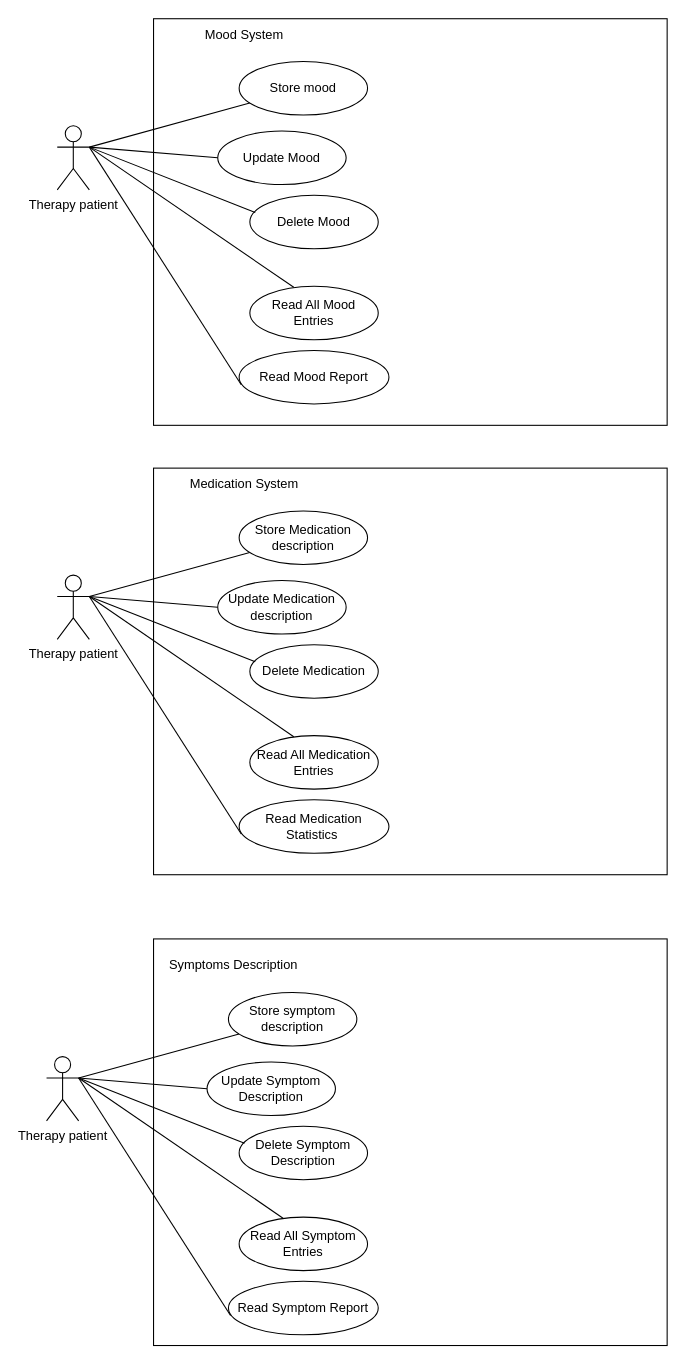
The draw.io diagram page "UseCaseV1" (2 of 11) of cs4471_group_project.drawio in Jon-AL/4471---Therapy-Support-App, before the edit. Source tidied: cells renumbered, new cells numbered last; positions are measured from the earlier drawing's top-left corner, leaving out a move shared by most shapes. Both pictures are drawn from the tidied source at 107%, with x=0, y=0 at pixel (46, 18).
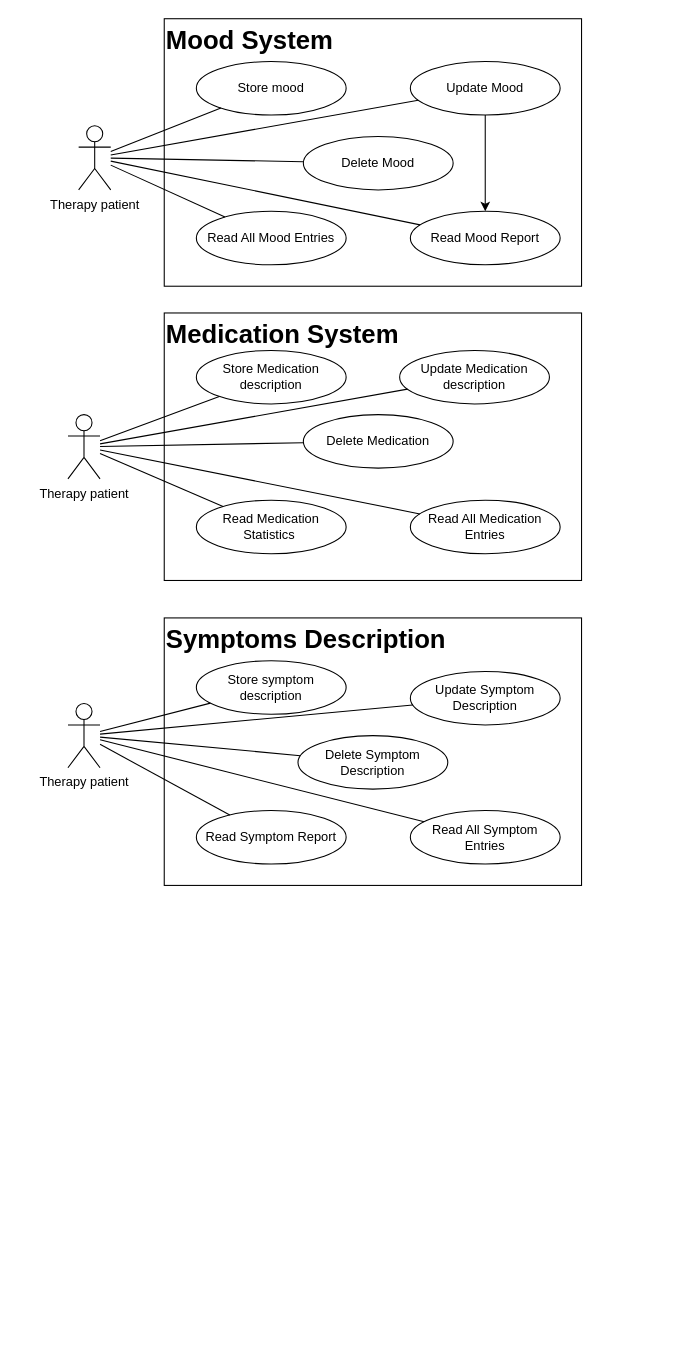
Above is the later version.

What changed in the source:
```diff
@@
+    <mxCell id="31" value="&lt;span style=&quot;font-weight: 700 ; font-size: 24px ; font-family: &amp;#34;helvetica&amp;#34;&quot;&gt;Symptoms Description&lt;/span&gt;" style="rounded=0;whiteSpace=wrap;html=1;verticalAlign=top;align=left;labelPosition=center;verticalLabelPosition=middle;fillColor=none;" parent="1" vertex="1">
+      <mxGeometry x="110" y="560" width="390" height="250" as="geometry" />
+    </mxCell>
+    <mxCell id="18" value="&lt;span style=&quot;font-family: &amp;#34;helvetica&amp;#34; ; font-size: 24px ; font-weight: 700&quot;&gt;Medication System&lt;/span&gt;" style="rounded=0;whiteSpace=wrap;html=1;verticalAlign=top;align=left;labelPosition=center;verticalLabelPosition=middle;fillColor=none;" parent="1" vertex="1">
+      <mxGeometry x="110" y="275" width="390" height="250" as="geometry" />
+    </mxCell>
     <mxCell id="2" value="Therapy patient" style="shape=umlActor;verticalLabelPosition=bottom;verticalAlign=top;html=1;outlineConnect=0;" parent="1" vertex="1">
-      <mxGeometry x="10" y="100" width="30" height="60" as="geometry" />
+      <mxGeometry x="30" y="100" width="30" height="60" as="geometry" />
     </mxCell>
-    <mxCell id="3" style="rounded=0;whiteSpace=wrap;html=1;" parent="1" vertex="1">
-      <mxGeometry x="100" width="480" height="380" as="geometry" />
+    <mxCell id="3" value="&lt;span style=&quot;font-family: &amp;quot;helvetica&amp;quot; ; font-size: 24px ; font-weight: 700&quot;&gt;Mood System&lt;br&gt;&lt;/span&gt;" style="rounded=0;whiteSpace=wrap;html=1;verticalAlign=top;align=left;labelPosition=center;verticalLabelPosition=middle;" parent="1" vertex="1">
+      <mxGeometry x="110" width="390" height="250" as="geometry" />
     </mxCell>
     <mxCell id="4" value="Store mood" style="ellipse;whiteSpace=wrap;html=1;" parent="1" vertex="1">
-      <mxGeometry x="180" y="40" width="120" height="50" as="geometry" />
+      <mxGeometry x="140" y="40" width="140" height="50" as="geometry" />
     </mxCell>
-    <mxCell id="5" value="Mood System" style="text;html=1;strokeColor=none;fillColor=none;align=center;verticalAlign=middle;whiteSpace=wrap;rounded=0;" parent="1" vertex="1">
-      <mxGeometry x="110" width="150" height="30" as="geometry" />
-    </mxCell>
     <mxCell id="6" value="Delete Mood" style="ellipse;whiteSpace=wrap;html=1;" parent="1" vertex="1">
-      <mxGeometry x="190" y="165" width="120" height="50" as="geometry" />
+      <mxGeometry x="240" y="110" width="140" height="50" as="geometry" />
     </mxCell>
+    <mxCell id="41" style="edgeStyle=orthogonalEdgeStyle;rounded=0;jettySize=auto;html=1;" parent="1" edge="1" source="7" target="13">
+      <mxGeometry relative="1" as="geometry" />
+    </mxCell>
     <mxCell id="7" value="Update Mood" style="ellipse;whiteSpace=wrap;html=1;" parent="1" vertex="1">
-      <mxGeometry x="160" y="105" width="120" height="50" as="geometry" />
+      <mxGeometry x="340" y="40" width="140" height="50" as="geometry" />
     </mxCell>
     <mxCell id="8" value="&lt;div&gt;Read All Mood Entries&lt;br&gt;&lt;/div&gt;" style="ellipse;whiteSpace=wrap;html=1;" parent="1" vertex="1">
-      <mxGeometry x="190" y="250" width="120" height="50" as="geometry" />
+      <mxGeometry x="140" y="180" width="140" height="50" as="geometry" />
     </mxCell>
-    <mxCell id="9" style="endArrow=none;html=1;rounded=0;exitX=1;exitY=0.3333333333333333;exitDx=0;exitDy=0;exitPerimeter=0;" parent="1" edge="1" source="2" target="4">
+    <mxCell id="9" style="endArrow=none;html=1;rounded=0;" parent="1" edge="1" source="2" target="4">
       <mxGeometry relative="1" as="geometry" />
     </mxCell>
-    <mxCell id="10" style="endArrow=none;html=1;rounded=0;entryX=0;entryY=0.5;entryDx=0;entryDy=0;" parent="1" edge="1" target="7">
-      <mxGeometry relative="1" as="geometry">
-        <mxPoint x="40" y="120" as="sourcePoint" />
-      </mxGeometry>
+    <mxCell id="10" style="endArrow=none;html=1;rounded=0;" parent="1" edge="1" source="2" target="7">
+      <mxGeometry relative="1" as="geometry" />
     </mxCell>
-    <mxCell id="11" style="endArrow=none;html=1;rounded=0;entryX=0.042;entryY=0.32;entryDx=0;entryDy=0;entryPerimeter=0;" parent="1" edge="1" target="6">
-      <mxGeometry relative="1" as="geometry">
-        <mxPoint x="40" y="120" as="sourcePoint" />
-      </mxGeometry>
+    <mxCell id="11" style="endArrow=none;html=1;rounded=0;" parent="1" edge="1" source="2" target="6">
+      <mxGeometry relative="1" as="geometry" />
     </mxCell>
-    <mxCell id="12" style="endArrow=none;html=1;rounded=0;entryX=0.342;entryY=0.02;entryDx=0;entryDy=0;entryPerimeter=0;" parent="1" edge="1" target="8">
-      <mxGeometry relative="1" as="geometry">
-        <mxPoint x="40" y="120" as="sourcePoint" />
-      </mxGeometry>
+    <mxCell id="12" style="endArrow=none;html=1;rounded=0;" parent="1" edge="1" source="2" target="8">
+      <mxGeometry relative="1" as="geometry" />
     </mxCell>
     <mxCell id="13" value="Read Mood Report" style="ellipse;whiteSpace=wrap;html=1;" parent="1" vertex="1">
-      <mxGeometry x="180" y="310" width="140" height="50" as="geometry" />
+      <mxGeometry x="340" y="180" width="140" height="50" as="geometry" />
     </mxCell>
-    <mxCell id="14" style="endArrow=none;html=1;rounded=0;exitX=0.014;exitY=0.64;exitDx=0;exitDy=0;exitPerimeter=0;" parent="1" edge="1" source="13">
-      <mxGeometry relative="1" as="geometry">
-        <mxPoint x="40" y="120" as="targetPoint" />
-      </mxGeometry>
+    <mxCell id="14" style="endArrow=none;html=1;rounded=0;" parent="1" edge="1" source="13" target="2">
+      <mxGeometry relative="1" as="geometry" />
     </mxCell>
-    <mxCell id="15" value="Therapy patient" style="shape=umlActor;verticalLabelPosition=bottom;verticalAlign=top;html=1;outlineConnect=0;" parent="1" vertex="1">
-      <mxGeometry x="10" y="520" width="30" height="60" as="geometry" />
+    <mxCell id="15" value="Therapy patient" style="shape=umlActor;verticalLabelPosition=bottom;verticalAlign=top;html=1;outlineConnect=0;fillColor=none;" parent="1" vertex="1">
+      <mxGeometry x="20" y="370" width="30" height="60" as="geometry" />
     </mxCell>
-    <mxCell id="16" style="rounded=0;whiteSpace=wrap;html=1;" parent="1" vertex="1">
-      <mxGeometry x="100" y="420" width="480" height="380" as="geometry" />
-    </mxCell>
-    <mxCell id="17" value="Store Medication&lt;br&gt;description" style="ellipse;whiteSpace=wrap;html=1;" parent="1" vertex="1">
-      <mxGeometry x="180" y="460" width="120" height="50" as="geometry" />
+    <mxCell id="17" value="Store Medication&lt;br&gt;description" style="ellipse;whiteSpace=wrap;html=1;fillColor=none;" parent="1" vertex="1">
+      <mxGeometry x="140" y="310" width="140" height="50" as="geometry" />
     </mxCell>
-    <mxCell id="18" value="Medication System" style="text;html=1;strokeColor=none;fillColor=none;align=center;verticalAlign=middle;whiteSpace=wrap;rounded=0;" parent="1" vertex="1">
-      <mxGeometry x="110" y="420" width="150" height="30" as="geometry" />
-    </mxCell>
-    <mxCell id="19" value="Delete Medication" style="ellipse;whiteSpace=wrap;html=1;" parent="1" vertex="1">
-      <mxGeometry x="190" y="585" width="120" height="50" as="geometry" />
+    <mxCell id="19" value="Delete Medication" style="ellipse;whiteSpace=wrap;html=1;fillColor=none;" parent="1" vertex="1">
+      <mxGeometry x="240" y="370" width="140" height="50" as="geometry" />
     </mxCell>
-    <mxCell id="20" value="Update Medication&lt;br&gt;description" style="ellipse;whiteSpace=wrap;html=1;" parent="1" vertex="1">
-      <mxGeometry x="160" y="525" width="120" height="50" as="geometry" />
+    <mxCell id="20" value="Update Medication&lt;br&gt;description" style="ellipse;whiteSpace=wrap;html=1;fillColor=none;" parent="1" vertex="1">
+      <mxGeometry x="330" y="310" width="140" height="50" as="geometry" />
     </mxCell>
-    <mxCell id="21" value="&lt;div&gt;Read All Medication Entries&lt;br&gt;&lt;/div&gt;" style="ellipse;whiteSpace=wrap;html=1;" parent="1" vertex="1">
-      <mxGeometry x="190" y="670" width="120" height="50" as="geometry" />
+    <mxCell id="21" value="&lt;div&gt;Read All Medication Entries&lt;br&gt;&lt;/div&gt;" style="ellipse;whiteSpace=wrap;html=1;fillColor=none;" parent="1" vertex="1">
+      <mxGeometry x="340" y="450" width="140" height="50" as="geometry" />
     </mxCell>
-    <mxCell id="22" style="endArrow=none;html=1;rounded=0;exitX=1;exitY=0.3333333333333333;exitDx=0;exitDy=0;exitPerimeter=0;" parent="1" edge="1" source="15" target="17">
+    <mxCell id="22" style="endArrow=none;html=1;rounded=0;fillColor=none;" parent="1" edge="1" source="15" target="17">
       <mxGeometry relative="1" as="geometry" />
     </mxCell>
-    <mxCell id="23" style="endArrow=none;html=1;rounded=0;entryX=0;entryY=0.5;entryDx=0;entryDy=0;" parent="1" edge="1" target="20">
-      <mxGeometry relative="1" as="geometry">
-        <mxPoint x="40" y="540" as="sourcePoint" />
-      </mxGeometry>
+    <mxCell id="23" style="endArrow=none;html=1;rounded=0;fillColor=none;" parent="1" edge="1" source="15" target="20">
+      <mxGeometry relative="1" as="geometry" />
     </mxCell>
-    <mxCell id="24" style="endArrow=none;html=1;rounded=0;entryX=0.042;entryY=0.32;entryDx=0;entryDy=0;entryPerimeter=0;" parent="1" edge="1" target="19">
-      <mxGeometry relative="1" as="geometry">
-        <mxPoint x="40" y="540" as="sourcePoint" />
-      </mxGeometry>
+    <mxCell id="24" style="endArrow=none;html=1;rounded=0;fillColor=none;" parent="1" edge="1" source="15" target="19">
+      <mxGeometry relative="1" as="geometry" />
     </mxCell>
-    <mxCell id="25" style="endArrow=none;html=1;rounded=0;entryX=0.342;entryY=0.02;entryDx=0;entryDy=0;entryPerimeter=0;" parent="1" edge="1" target="21">
-      <mxGeometry relative="1" as="geometry">
-        <mxPoint x="40" y="540" as="sourcePoint" />
-      </mxGeometry>
+    <mxCell id="25" style="endArrow=none;html=1;rounded=0;fillColor=none;" parent="1" edge="1" source="15" target="21">
+      <mxGeometry relative="1" as="geometry" />
     </mxCell>
-    <mxCell id="26" value="Read Medication Statistics&amp;nbsp;" style="ellipse;whiteSpace=wrap;html=1;" parent="1" vertex="1">
-      <mxGeometry x="180" y="730" width="140" height="50" as="geometry" />
+    <mxCell id="26" value="Read Medication Statistics&amp;nbsp;" style="ellipse;whiteSpace=wrap;html=1;fillColor=none;" parent="1" vertex="1">
+      <mxGeometry x="140" y="450" width="140" height="50" as="geometry" />
     </mxCell>
-    <mxCell id="27" style="endArrow=none;html=1;rounded=0;exitX=0.014;exitY=0.64;exitDx=0;exitDy=0;exitPerimeter=0;" parent="1" edge="1" source="26">
-      <mxGeometry relative="1" as="geometry">
-        <mxPoint x="40" y="540" as="targetPoint" />
-      </mxGeometry>
+    <mxCell id="27" style="endArrow=none;html=1;rounded=0;fillColor=none;" parent="1" edge="1" source="26" target="15">
+      <mxGeometry relative="1" as="geometry" />
     </mxCell>
-    <mxCell id="28" value="Therapy patient" style="shape=umlActor;verticalLabelPosition=bottom;verticalAlign=top;html=1;outlineConnect=0;" parent="1" vertex="1">
-      <mxGeometry y="970" width="30" height="60" as="geometry" />
+    <mxCell id="28" value="Therapy patient" style="shape=umlActor;verticalLabelPosition=bottom;verticalAlign=top;html=1;outlineConnect=0;fillColor=none;" parent="1" vertex="1">
+      <mxGeometry x="20" y="640" width="30" height="60" as="geometry" />
     </mxCell>
-    <mxCell id="29" style="rounded=0;whiteSpace=wrap;html=1;" parent="1" vertex="1">
-      <mxGeometry x="100" y="860" width="480" height="380" as="geometry" />
-    </mxCell>
-    <mxCell id="30" value="Store symptom description" style="ellipse;whiteSpace=wrap;html=1;" parent="1" vertex="1">
-      <mxGeometry x="170" y="910" width="120" height="50" as="geometry" />
+    <mxCell id="30" value="Store symptom description" style="ellipse;whiteSpace=wrap;html=1;fillColor=none;" parent="1" vertex="1">
+      <mxGeometry x="140" y="600" width="140" height="50" as="geometry" />
     </mxCell>
-    <mxCell id="31" value="Symptoms Description" style="text;html=1;strokeColor=none;fillColor=none;align=center;verticalAlign=middle;whiteSpace=wrap;rounded=0;" parent="1" vertex="1">
-      <mxGeometry x="100" y="870" width="150" height="30" as="geometry" />
-    </mxCell>
-    <mxCell id="32" value="Delete Symptom&lt;br&gt;Description" style="ellipse;whiteSpace=wrap;html=1;" parent="1" vertex="1">
-      <mxGeometry x="180" y="1035" width="120" height="50" as="geometry" />
+    <mxCell id="32" value="Delete Symptom&lt;br&gt;Description" style="ellipse;whiteSpace=wrap;html=1;fillColor=none;" parent="1" vertex="1">
+      <mxGeometry x="235" y="670" width="140" height="50" as="geometry" />
     </mxCell>
-    <mxCell id="33" value="Update Symptom&lt;br&gt;Description" style="ellipse;whiteSpace=wrap;html=1;" parent="1" vertex="1">
-      <mxGeometry x="150" y="975" width="120" height="50" as="geometry" />
+    <mxCell id="33" value="Update Symptom&lt;br&gt;Description" style="ellipse;whiteSpace=wrap;html=1;fillColor=none;" parent="1" vertex="1">
+      <mxGeometry x="340" y="610" width="140" height="50" as="geometry" />
     </mxCell>
-    <mxCell id="34" value="&lt;div&gt;Read All Symptom Entries&lt;br&gt;&lt;/div&gt;" style="ellipse;whiteSpace=wrap;html=1;" parent="1" vertex="1">
-      <mxGeometry x="180" y="1120" width="120" height="50" as="geometry" />
+    <mxCell id="34" value="&lt;div&gt;Read All Symptom Entries&lt;br&gt;&lt;/div&gt;" style="ellipse;whiteSpace=wrap;html=1;fillColor=none;" parent="1" vertex="1">
+      <mxGeometry x="340" y="740" width="140" height="50" as="geometry" />
     </mxCell>
-    <mxCell id="35" style="endArrow=none;html=1;rounded=0;exitX=1;exitY=0.3333333333333333;exitDx=0;exitDy=0;exitPerimeter=0;" parent="1" edge="1" source="28" target="30">
+    <mxCell id="35" style="endArrow=none;html=1;rounded=0;fillColor=none;" parent="1" edge="1" source="28" target="30">
       <mxGeometry relative="1" as="geometry" />
     </mxCell>
-    <mxCell id="36" style="endArrow=none;html=1;rounded=0;entryX=0;entryY=0.5;entryDx=0;entryDy=0;" parent="1" edge="1" target="33">
-      <mxGeometry relative="1" as="geometry">
-        <mxPoint x="30" y="990" as="sourcePoint" />
-      </mxGeometry>
+    <mxCell id="36" style="endArrow=none;html=1;rounded=0;fillColor=none;" parent="1" edge="1" source="28" target="33">
+      <mxGeometry relative="1" as="geometry" />
     </mxCell>
-    <mxCell id="37" style="endArrow=none;html=1;rounded=0;entryX=0.042;entryY=0.32;entryDx=0;entryDy=0;entryPerimeter=0;" parent="1" edge="1" target="32">
-      <mxGeometry relative="1" as="geometry">
-        <mxPoint x="30" y="990" as="sourcePoint" />
-      </mxGeometry>
+    <mxCell id="37" style="endArrow=none;html=1;rounded=0;fillColor=none;" parent="1" edge="1" source="28" target="32">
+      <mxGeometry relative="1" as="geometry" />
     </mxCell>
-    <mxCell id="38" style="endArrow=none;html=1;rounded=0;entryX=0.342;entryY=0.02;entryDx=0;entryDy=0;entryPerimeter=0;" parent="1" edge="1" target="34">
-      <mxGeometry relative="1" as="geometry">
-        <mxPoint x="30" y="990" as="sourcePoint" />
-      </mxGeometry>
+    <mxCell id="38" style="endArrow=none;html=1;rounded=0;fillColor=none;" parent="1" edge="1" source="28" target="34">
+      <mxGeometry relative="1" as="geometry" />
     </mxCell>
-    <mxCell id="39" value="Read Symptom Report" style="ellipse;whiteSpace=wrap;html=1;" parent="1" vertex="1">
-      <mxGeometry x="170" y="1180" width="140" height="50" as="geometry" />
+    <mxCell id="39" value="Read Symptom Report" style="ellipse;whiteSpace=wrap;html=1;fillColor=none;" parent="1" vertex="1">
+      <mxGeometry x="140" y="740" width="140" height="50" as="geometry" />
     </mxCell>
-    <mxCell id="40" style="endArrow=none;html=1;rounded=0;exitX=0.014;exitY=0.64;exitDx=0;exitDy=0;exitPerimeter=0;" parent="1" edge="1" source="39">
-      <mxGeometry relative="1" as="geometry">
-        <mxPoint x="30" y="990" as="targetPoint" />
-      </mxGeometry>
+    <mxCell id="40" style="endArrow=none;html=1;rounded=0;fillColor=none;" parent="1" edge="1" source="39" target="28">
+      <mxGeometry relative="1" as="geometry" />
     </mxCell>
```
